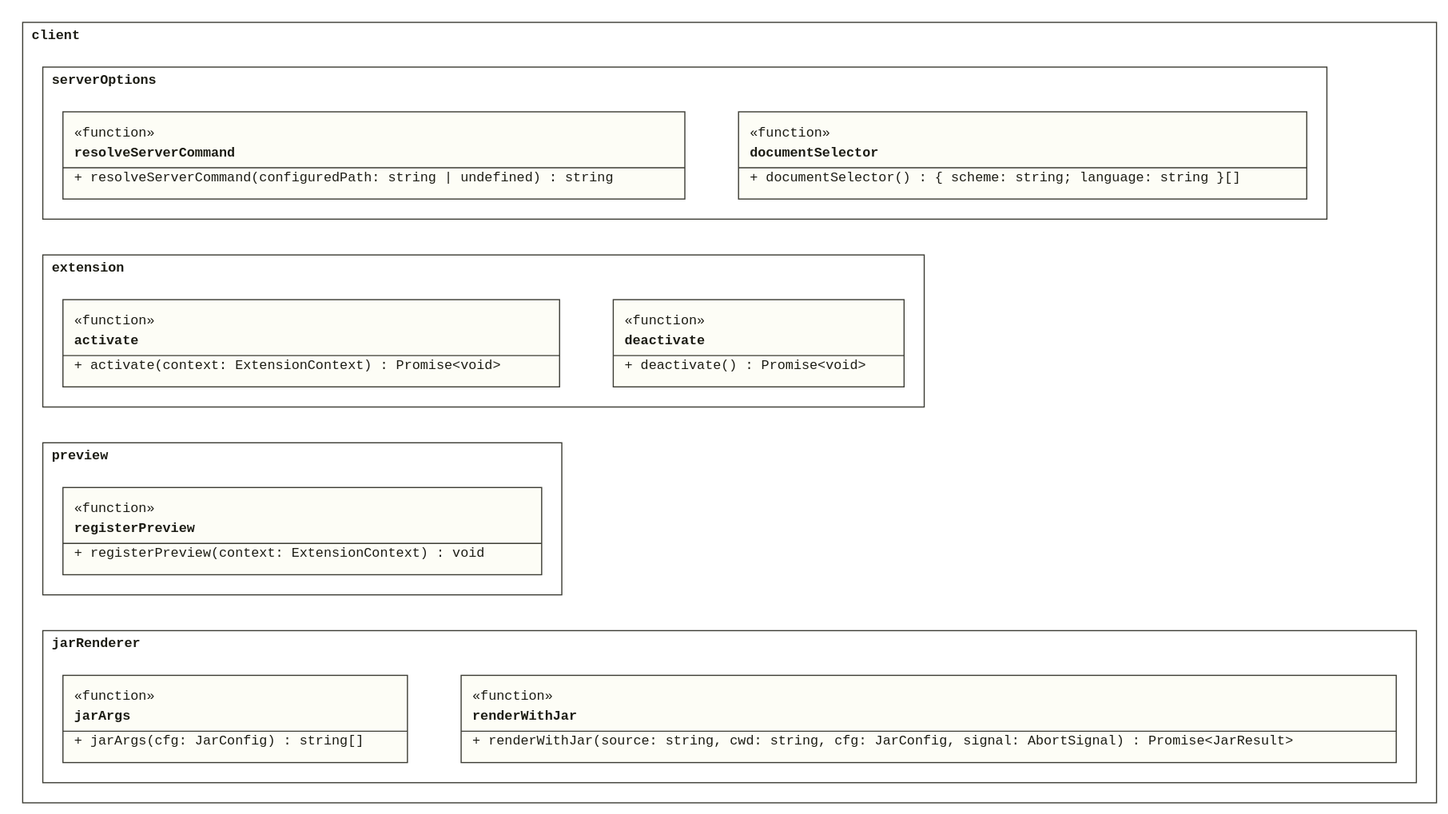
The PlantUML diagram doc/assets/CL_Client.svg in derivasoftware/plantuml-vscode, before a commit. Its source is kept beside it as design/lld/client/CL_Client.puml.
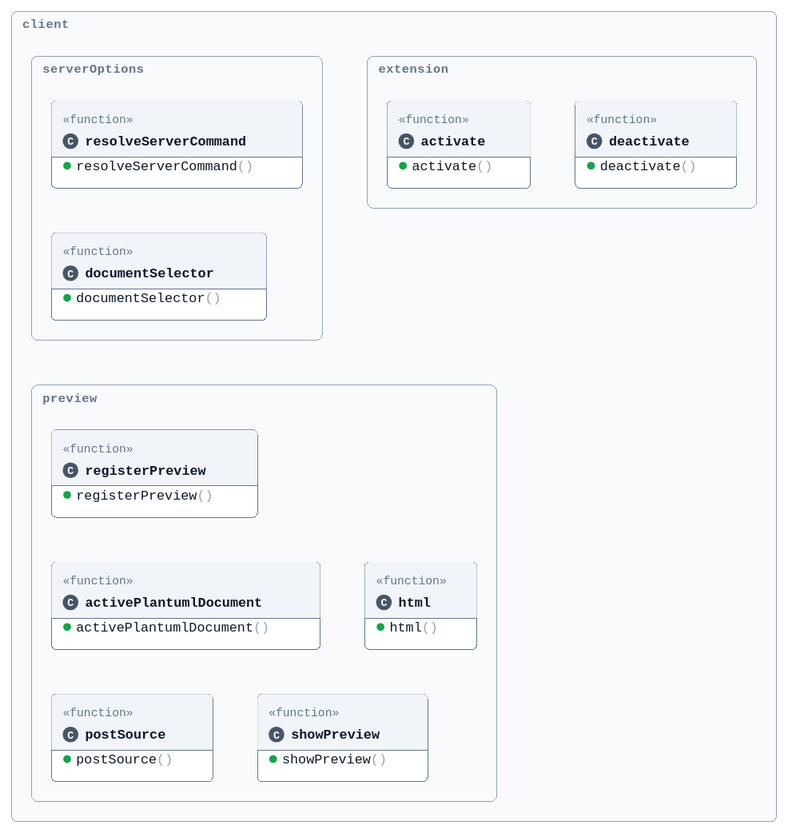
The same diagram one commit later.

The edit, as a diff of the source:
```diff
@@ -12,8 +12,4 @@
 !includesub ./CL_Preview.puml!PreviewModule
 !endsub
 
-!startsub JarRendererModule
-!includesub ./CL_JarRenderer.puml!JarRendererModule
-!endsub
-
 @enduml
```
